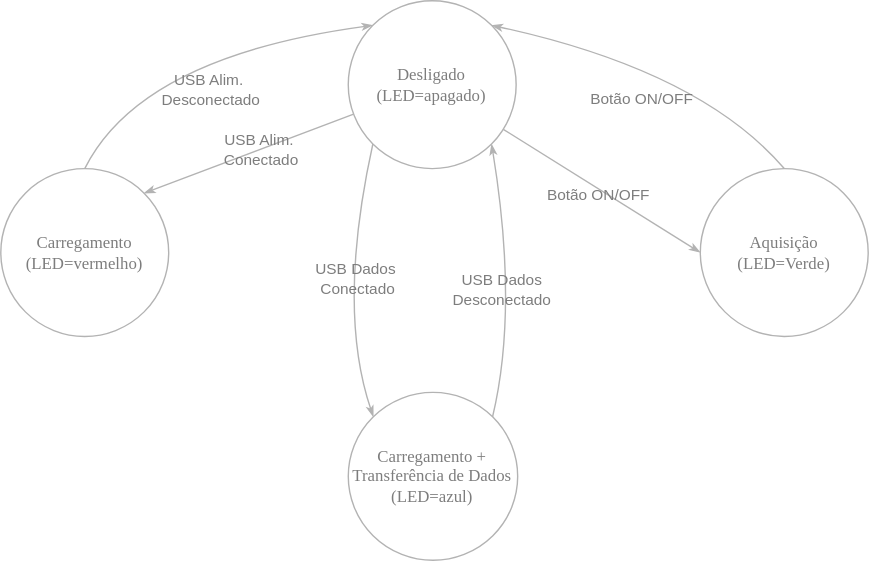
The draw.io diagram projetos/tennistracker/diagrama.svg in teaching-FEEC/ea075-2024.1, before a commit. Source tidied: cells renumbered, new cells last; positions are measured from the earlier drawing's top-left corner, leaving out a move shared by most shapes. The source it was exported from:
```xml
<mxGraphModel>
  <root>
    <mxCell id="0" />
    <mxCell id="1" parent="0" />
    <mxCell id="2" style="edgeStyle=none;rounded=1;html=1;labelBackgroundColor=none;startArrow=none;startFill=0;startSize=5;endArrow=classicThin;endFill=1;endSize=5;jettySize=auto;strokeColor=#B3B3B3;strokeWidth=1;fontFamily=Verdana;fontSize=12;entryX=1;entryY=0;entryDx=0;entryDy=0;" parent="1" edge="1" source="6" target="9">
      <mxGeometry relative="1" as="geometry" />
    </mxCell>
    <mxCell id="3" value="&lt;font color=&quot;#7d7d7d&quot;&gt;USB Alim.&amp;nbsp;&lt;/font&gt;&lt;div&gt;&lt;font color=&quot;#7d7d7d&quot;&gt;Conectado&lt;/font&gt;&lt;/div&gt;" style="edgeLabel;html=1;align=center;verticalAlign=middle;labelBackgroundColor=none;" parent="2" vertex="1">
      <mxGeometry x="-0.12" relative="1" as="geometry" />
    </mxCell>
    <mxCell id="4" style="edgeStyle=none;rounded=1;html=1;labelBackgroundColor=none;startArrow=none;startFill=0;startSize=5;endArrow=classicThin;endFill=1;endSize=5;jettySize=auto;strokeColor=#B3B3B3;strokeWidth=1;fontFamily=Verdana;fontSize=12;entryX=0;entryY=0.5;entryDx=0;entryDy=0;" parent="1" edge="1" source="6" target="7">
      <mxGeometry relative="1" as="geometry" />
    </mxCell>
    <mxCell id="5" value="&lt;font color=&quot;#7d7d7d&quot;&gt;Botão ON/OFF&lt;/font&gt;" style="edgeLabel;html=1;align=center;verticalAlign=middle;labelBackgroundColor=none;" parent="4" vertex="1">
      <mxGeometry y="-3" relative="1" as="geometry">
        <mxPoint x="-1" as="offset" />
      </mxGeometry>
    </mxCell>
    <mxCell id="6" value="&lt;font color=&quot;#7d7d7d&quot;&gt;Desligado&lt;/font&gt;&lt;div&gt;&lt;font color=&quot;#7d7d7d&quot;&gt;(LED=apagado)&lt;/font&gt;&lt;/div&gt;" style="ellipse;whiteSpace=wrap;html=1;rounded=0;shadow=0;comic=0;labelBackgroundColor=none;strokeWidth=1;fontFamily=Verdana;fontSize=12;align=center;fillColor=none;verticalAlign=middle;rotation=0;strokeColor=#b3b3b3;" parent="1" vertex="1">
      <mxGeometry x="248.4" width="120" height="120" as="geometry" />
    </mxCell>
    <mxCell id="7" value="&lt;font color=&quot;#7d7d7d&quot;&gt;Aquisição&lt;/font&gt;&lt;div&gt;&lt;font color=&quot;#7d7d7d&quot;&gt;(LED=Verde)&lt;/font&gt;&lt;/div&gt;" style="ellipse;whiteSpace=wrap;html=1;rounded=0;shadow=0;comic=0;labelBackgroundColor=none;strokeWidth=1;fontFamily=Verdana;fontSize=12;align=center;fillColor=none;rotation=0;strokeColor=#b3b3b3;" parent="1" vertex="1">
      <mxGeometry x="500" y="120" width="120" height="120" as="geometry" />
    </mxCell>
    <mxCell id="8" value="&lt;font color=&quot;#7d7d7d&quot;&gt;Carregamento + Transferência de Dados&lt;/font&gt;&lt;div&gt;&lt;font color=&quot;#7d7d7d&quot;&gt;(LED=azul)&lt;/font&gt;&lt;/div&gt;" style="ellipse;whiteSpace=wrap;html=1;rounded=0;shadow=0;comic=0;labelBackgroundColor=none;strokeWidth=1;fontFamily=Verdana;fontSize=12;align=center;fillColor=none;rotation=0;strokeColor=#b3b3b3;" parent="1" vertex="1">
      <mxGeometry x="248.4" y="280" width="121.1" height="120" as="geometry" />
    </mxCell>
    <mxCell id="9" value="&lt;span&gt;&lt;font color=&quot;#7d7d7d&quot;&gt;Carregamento&lt;/font&gt;&lt;/span&gt;&lt;div&gt;&lt;span&gt;&lt;font color=&quot;#7d7d7d&quot;&gt;(LED=vermelho)&lt;/font&gt;&lt;/span&gt;&lt;/div&gt;" style="ellipse;whiteSpace=wrap;html=1;rounded=0;shadow=0;comic=0;labelBackgroundColor=none;strokeWidth=1;fontFamily=Verdana;fontSize=12;align=center;fillColor=none;rotation=0;strokeColor=#b3b3b3;" parent="1" vertex="1">
      <mxGeometry y="120" width="120" height="120" as="geometry" />
    </mxCell>
    <mxCell id="10" style="edgeStyle=none;rounded=0;html=1;labelBackgroundColor=none;startArrow=none;startFill=0;startSize=5;endArrow=classicThin;endFill=1;endSize=5;jettySize=auto;strokeColor=#B3B3B3;strokeWidth=1;fontFamily=Verdana;fontSize=12;entryX=1;entryY=0;entryDx=0;entryDy=0;exitX=0.5;exitY=0;exitDx=0;exitDy=0;curved=1;" parent="1" edge="1" source="7" target="6">
      <mxGeometry x="0.07" y="29" relative="1" as="geometry">
        <Array as="points">
          <mxPoint x="500" y="50" />
        </Array>
      </mxGeometry>
    </mxCell>
    <mxCell id="11" value="&lt;font color=&quot;#7d7d7d&quot;&gt;Botão ON/OFF&lt;/font&gt;" style="edgeLabel;html=1;align=center;verticalAlign=middle;labelBackgroundColor=none;" parent="10" vertex="1">
      <mxGeometry x="0.06" y="28" relative="1" as="geometry" />
    </mxCell>
    <mxCell id="12" style="edgeStyle=none;rounded=0;html=1;labelBackgroundColor=none;startArrow=none;startFill=0;startSize=5;endArrow=classicThin;endFill=1;endSize=5;jettySize=auto;strokeColor=#B3B3B3;strokeWidth=1;fontFamily=Verdana;fontSize=12;entryX=0;entryY=0;entryDx=0;entryDy=0;exitX=0.5;exitY=0;exitDx=0;exitDy=0;curved=1;" parent="1" edge="1" source="9" target="6">
      <mxGeometry x="0.09" y="-37" relative="1" as="geometry">
        <Array as="points">
          <mxPoint x="100" y="40" />
        </Array>
      </mxGeometry>
    </mxCell>
    <mxCell id="13" value="&lt;font color=&quot;#7d7d7d&quot;&gt;USB Alim.&amp;nbsp;&lt;/font&gt;&lt;div&gt;&lt;font color=&quot;#7d7d7d&quot;&gt;Desconectado&lt;/font&gt;&lt;/div&gt;" style="edgeLabel;html=1;align=center;verticalAlign=middle;labelBackgroundColor=none;" parent="12" vertex="1">
      <mxGeometry x="0.05" y="-30" relative="1" as="geometry" />
    </mxCell>
    <mxCell id="14" style="edgeStyle=none;rounded=0;html=1;labelBackgroundColor=none;startArrow=none;startFill=0;startSize=5;endArrow=classicThin;endFill=1;endSize=5;jettySize=auto;strokeColor=#B3B3B3;strokeWidth=1;fontFamily=Verdana;fontSize=12;entryX=0;entryY=0;entryDx=0;entryDy=0;exitX=0;exitY=1;exitDx=0;exitDy=0;curved=1;" parent="1" edge="1" source="6" target="8">
      <mxGeometry x="0.17" y="19" relative="1" as="geometry">
        <Array as="points">
          <mxPoint x="240" y="220" />
        </Array>
      </mxGeometry>
    </mxCell>
    <mxCell id="15" value="&lt;font color=&quot;#7d7d7d&quot;&gt;USB Dados&amp;nbsp;&lt;/font&gt;&lt;div&gt;&lt;font color=&quot;#7d7d7d&quot;&gt;Conectado&lt;/font&gt;&lt;/div&gt;" style="edgeLabel;html=1;align=center;verticalAlign=middle;labelBackgroundColor=none;" parent="14" vertex="1">
      <mxGeometry x="-0.07" y="18" relative="1" as="geometry">
        <mxPoint x="-9" as="offset" />
      </mxGeometry>
    </mxCell>
    <mxCell id="16" style="edgeStyle=none;rounded=0;html=1;labelBackgroundColor=none;startArrow=none;startFill=0;startSize=5;endArrow=classicThin;endFill=1;endSize=5;jettySize=auto;strokeColor=#B3B3B3;strokeWidth=1;fontFamily=Verdana;fontSize=12;exitX=1;exitY=0;exitDx=0;exitDy=0;curved=1;entryX=1;entryY=1;entryDx=0;entryDy=0;" parent="1" edge="1" source="8" target="6">
      <mxGeometry x="-0.13" y="7" relative="1" as="geometry">
        <Array as="points">
          <mxPoint x="370" y="220" />
        </Array>
      </mxGeometry>
    </mxCell>
    <mxCell id="17" value="&lt;font color=&quot;#7d7d7d&quot;&gt;USB Dados&lt;/font&gt;&lt;div&gt;&lt;font color=&quot;#7d7d7d&quot;&gt;Desconectado&lt;/font&gt;&lt;/div&gt;" style="edgeLabel;html=1;align=center;verticalAlign=middle;labelBackgroundColor=none;" parent="16" vertex="1">
      <mxGeometry x="-0.04" y="10" relative="1" as="geometry" />
    </mxCell>
  </root>
</mxGraphModel>
```
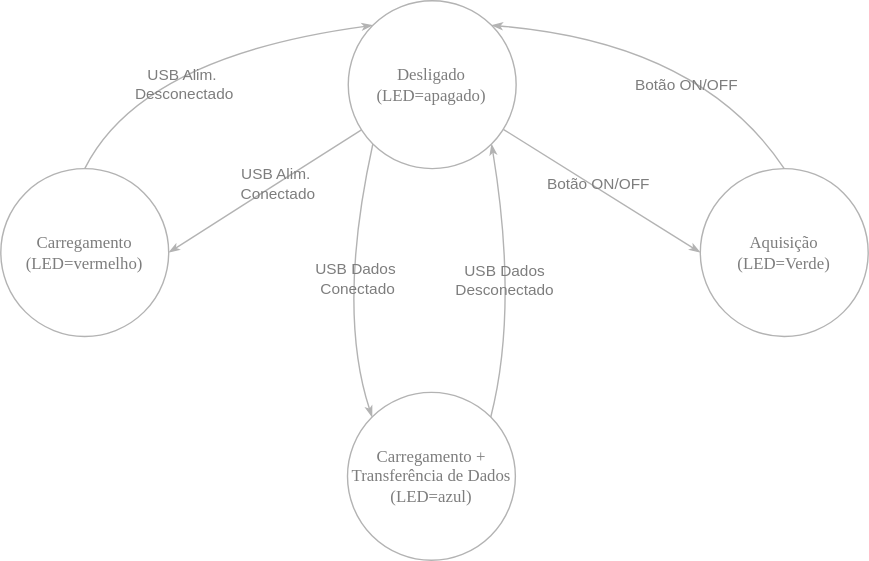
After the change.

Change to the diagram source:
```diff
@@ -2,7 +2,7 @@
   <root>
     <mxCell id="0" />
     <mxCell id="1" parent="0" />
-    <mxCell id="2" style="edgeStyle=none;rounded=1;html=1;labelBackgroundColor=none;startArrow=none;startFill=0;startSize=5;endArrow=classicThin;endFill=1;endSize=5;jettySize=auto;strokeColor=#B3B3B3;strokeWidth=1;fontFamily=Verdana;fontSize=12;entryX=1;entryY=0;entryDx=0;entryDy=0;" parent="1" edge="1" source="6" target="9">
+    <mxCell id="2" style="edgeStyle=none;rounded=1;html=1;labelBackgroundColor=none;startArrow=none;startFill=0;startSize=5;endArrow=classicThin;endFill=1;endSize=5;jettySize=auto;strokeColor=#B3B3B3;strokeWidth=1;fontFamily=Verdana;fontSize=12;entryX=1;entryY=0.5;entryDx=0;entryDy=0;" parent="1" edge="1" source="6" target="9">
       <mxGeometry relative="1" as="geometry" />
     </mxCell>
     <mxCell id="3" value="&lt;font color=&quot;#7d7d7d&quot;&gt;USB Alim.&amp;nbsp;&lt;/font&gt;&lt;div&gt;&lt;font color=&quot;#7d7d7d&quot;&gt;Conectado&lt;/font&gt;&lt;/div&gt;" style="edgeLabel;html=1;align=center;verticalAlign=middle;labelBackgroundColor=none;" parent="2" vertex="1">
@@ -13,7 +13,7 @@
     </mxCell>
     <mxCell id="5" value="&lt;font color=&quot;#7d7d7d&quot;&gt;Botão ON/OFF&lt;/font&gt;" style="edgeLabel;html=1;align=center;verticalAlign=middle;labelBackgroundColor=none;" parent="4" vertex="1">
       <mxGeometry y="-3" relative="1" as="geometry">
-        <mxPoint x="-1" as="offset" />
+        <mxPoint x="-1" y="-8" as="offset" />
       </mxGeometry>
     </mxCell>
     <mxCell id="6" value="&lt;font color=&quot;#7d7d7d&quot;&gt;Desligado&lt;/font&gt;&lt;div&gt;&lt;font color=&quot;#7d7d7d&quot;&gt;(LED=apagado)&lt;/font&gt;&lt;/div&gt;" style="ellipse;whiteSpace=wrap;html=1;rounded=0;shadow=0;comic=0;labelBackgroundColor=none;strokeWidth=1;fontFamily=Verdana;fontSize=12;align=center;fillColor=none;verticalAlign=middle;rotation=0;strokeColor=#b3b3b3;" parent="1" vertex="1">
@@ -23,7 +23,7 @@
       <mxGeometry x="500" y="120" width="120" height="120" as="geometry" />
     </mxCell>
     <mxCell id="8" value="&lt;font color=&quot;#7d7d7d&quot;&gt;Carregamento + Transferência de Dados&lt;/font&gt;&lt;div&gt;&lt;font color=&quot;#7d7d7d&quot;&gt;(LED=azul)&lt;/font&gt;&lt;/div&gt;" style="ellipse;whiteSpace=wrap;html=1;rounded=0;shadow=0;comic=0;labelBackgroundColor=none;strokeWidth=1;fontFamily=Verdana;fontSize=12;align=center;fillColor=none;rotation=0;strokeColor=#b3b3b3;" parent="1" vertex="1">
-      <mxGeometry x="248.4" y="280" width="121.1" height="120" as="geometry" />
+      <mxGeometry x="247.8" y="280" width="120" height="120" as="geometry" />
     </mxCell>
     <mxCell id="9" value="&lt;span&gt;&lt;font color=&quot;#7d7d7d&quot;&gt;Carregamento&lt;/font&gt;&lt;/span&gt;&lt;div&gt;&lt;span&gt;&lt;font color=&quot;#7d7d7d&quot;&gt;(LED=vermelho)&lt;/font&gt;&lt;/span&gt;&lt;/div&gt;" style="ellipse;whiteSpace=wrap;html=1;rounded=0;shadow=0;comic=0;labelBackgroundColor=none;strokeWidth=1;fontFamily=Verdana;fontSize=12;align=center;fillColor=none;rotation=0;strokeColor=#b3b3b3;" parent="1" vertex="1">
       <mxGeometry y="120" width="120" height="120" as="geometry" />
@@ -31,12 +31,14 @@
     <mxCell id="10" style="edgeStyle=none;rounded=0;html=1;labelBackgroundColor=none;startArrow=none;startFill=0;startSize=5;endArrow=classicThin;endFill=1;endSize=5;jettySize=auto;strokeColor=#B3B3B3;strokeWidth=1;fontFamily=Verdana;fontSize=12;entryX=1;entryY=0;entryDx=0;entryDy=0;exitX=0.5;exitY=0;exitDx=0;exitDy=0;curved=1;" parent="1" edge="1" source="7" target="6">
       <mxGeometry x="0.07" y="29" relative="1" as="geometry">
         <Array as="points">
-          <mxPoint x="500" y="50" />
+          <mxPoint x="500" y="30" />
         </Array>
       </mxGeometry>
     </mxCell>
     <mxCell id="11" value="&lt;font color=&quot;#7d7d7d&quot;&gt;Botão ON/OFF&lt;/font&gt;" style="edgeLabel;html=1;align=center;verticalAlign=middle;labelBackgroundColor=none;" parent="10" vertex="1">
-      <mxGeometry x="0.06" y="28" relative="1" as="geometry" />
+      <mxGeometry x="0.06" y="28" relative="1" as="geometry">
+        <mxPoint x="21" y="4" as="offset" />
+      </mxGeometry>
     </mxCell>
     <mxCell id="12" style="edgeStyle=none;rounded=0;html=1;labelBackgroundColor=none;startArrow=none;startFill=0;startSize=5;endArrow=classicThin;endFill=1;endSize=5;jettySize=auto;strokeColor=#B3B3B3;strokeWidth=1;fontFamily=Verdana;fontSize=12;entryX=0;entryY=0;entryDx=0;entryDy=0;exitX=0.5;exitY=0;exitDx=0;exitDy=0;curved=1;" parent="1" edge="1" source="9" target="6">
       <mxGeometry x="0.09" y="-37" relative="1" as="geometry">
@@ -46,7 +48,9 @@
       </mxGeometry>
     </mxCell>
     <mxCell id="13" value="&lt;font color=&quot;#7d7d7d&quot;&gt;USB Alim.&amp;nbsp;&lt;/font&gt;&lt;div&gt;&lt;font color=&quot;#7d7d7d&quot;&gt;Desconectado&lt;/font&gt;&lt;/div&gt;" style="edgeLabel;html=1;align=center;verticalAlign=middle;labelBackgroundColor=none;" parent="12" vertex="1">
-      <mxGeometry x="0.05" y="-30" relative="1" as="geometry" />
+      <mxGeometry x="0.05" y="-30" relative="1" as="geometry">
+        <mxPoint x="-19" y="-4" as="offset" />
+      </mxGeometry>
     </mxCell>
     <mxCell id="14" style="edgeStyle=none;rounded=0;html=1;labelBackgroundColor=none;startArrow=none;startFill=0;startSize=5;endArrow=classicThin;endFill=1;endSize=5;jettySize=auto;strokeColor=#B3B3B3;strokeWidth=1;fontFamily=Verdana;fontSize=12;entryX=0;entryY=0;entryDx=0;entryDy=0;exitX=0;exitY=1;exitDx=0;exitDy=0;curved=1;" parent="1" edge="1" source="6" target="8">
       <mxGeometry x="0.17" y="19" relative="1" as="geometry">
@@ -68,7 +72,9 @@
       </mxGeometry>
     </mxCell>
     <mxCell id="17" value="&lt;font color=&quot;#7d7d7d&quot;&gt;USB Dados&lt;/font&gt;&lt;div&gt;&lt;font color=&quot;#7d7d7d&quot;&gt;Desconectado&lt;/font&gt;&lt;/div&gt;" style="edgeLabel;html=1;align=center;verticalAlign=middle;labelBackgroundColor=none;" parent="16" vertex="1">
-      <mxGeometry x="-0.04" y="10" relative="1" as="geometry" />
+      <mxGeometry x="-0.04" y="10" relative="1" as="geometry">
+        <mxPoint x="2" y="-7" as="offset" />
+      </mxGeometry>
     </mxCell>
   </root>
 </mxGraphModel>
```
